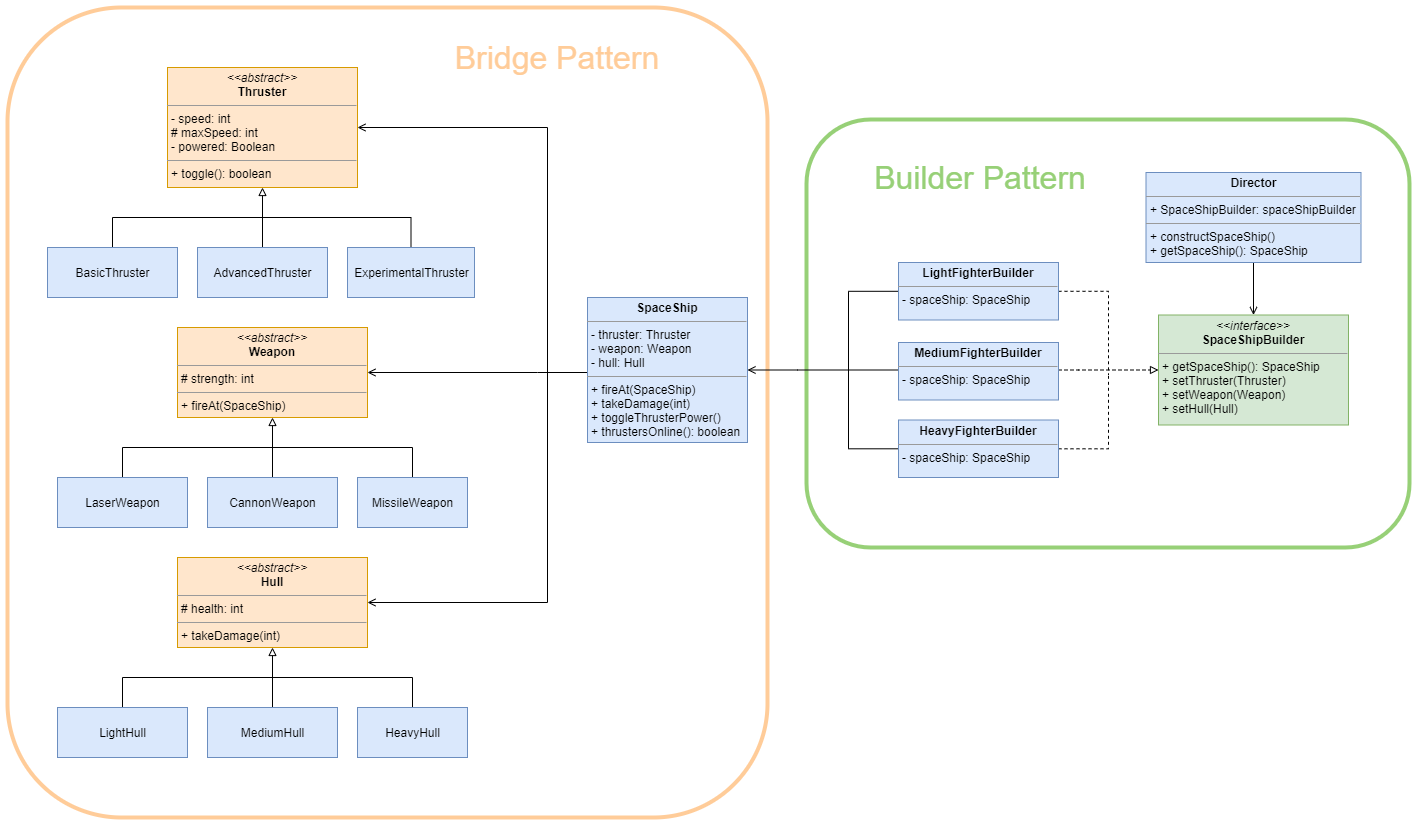
Before: final_project.png, a diagram exported from draw.io (tliss/CS665-Final-Project). Source tidied: cells renumbered, new cells last; positions are measured from the earlier drawing's top-left corner, leaving out a move shared by most shapes.
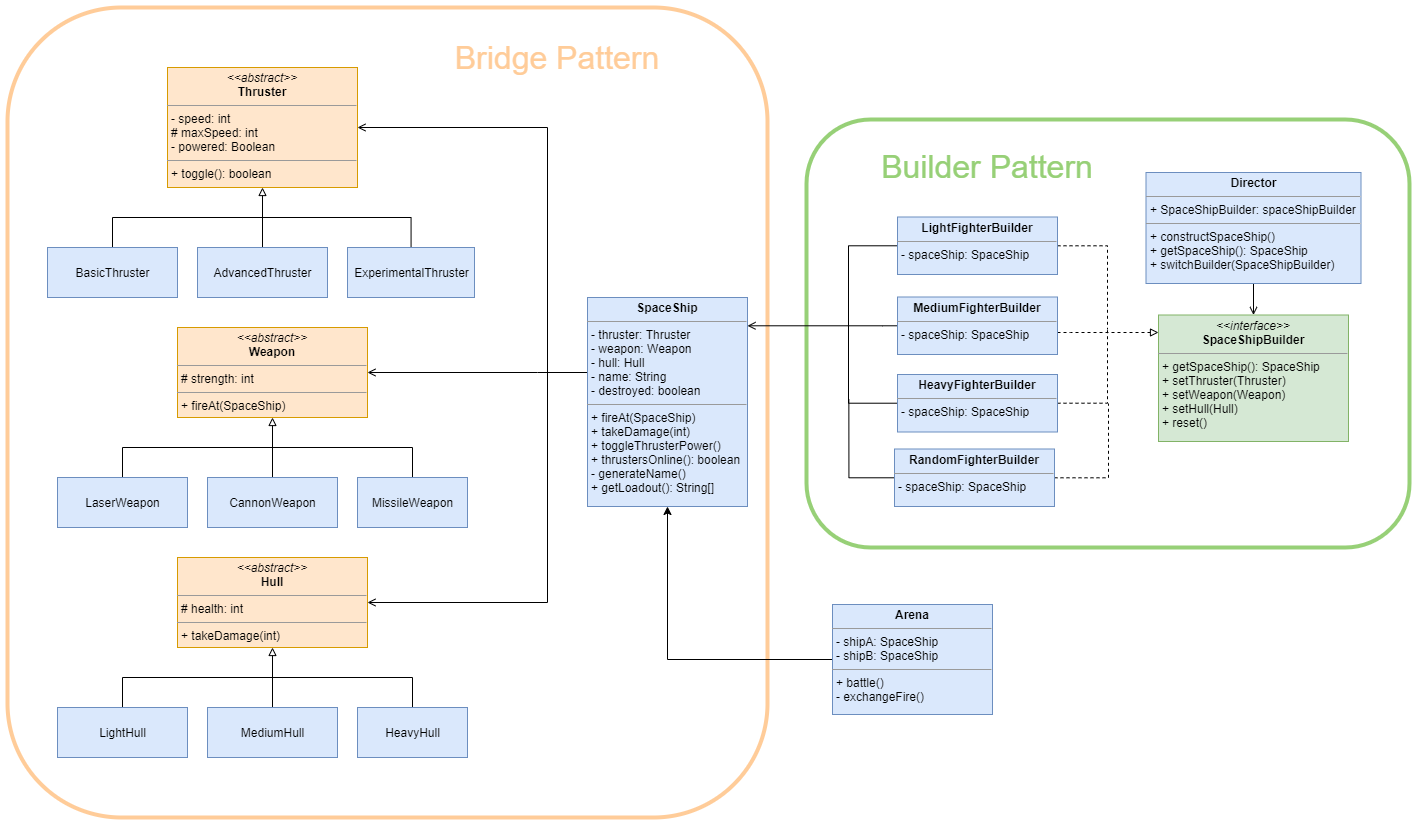
After the commit.

The edit, as a diff of the source:
```diff
@@ -119,30 +119,30 @@
     <mxCell id="27" value="HeavyHull" style="html=1;fillColor=#dae8fc;strokeColor=#6c8ebf;" parent="1" vertex="1">
       <mxGeometry x="350" y="700" width="110" height="50" as="geometry" />
     </mxCell>
-    <mxCell id="28" value="&lt;p style=&quot;margin: 0px ; margin-top: 4px ; text-align: center&quot;&gt;&lt;b&gt;SpaceShip&lt;/b&gt;&lt;/p&gt;&lt;hr size=&quot;1&quot;&gt;&lt;p style=&quot;margin: 0px ; margin-left: 4px&quot;&gt;- thruster: Thruster&lt;/p&gt;&lt;p style=&quot;margin: 0px ; margin-left: 4px&quot;&gt;- weapon: Weapon&lt;/p&gt;&lt;p style=&quot;margin: 0px ; margin-left: 4px&quot;&gt;- hull: Hull&lt;/p&gt;&lt;hr size=&quot;1&quot;&gt;&lt;p style=&quot;margin: 0px ; margin-left: 4px&quot;&gt;+ fireAt(SpaceShip)&lt;/p&gt;&lt;p style=&quot;margin: 0px ; margin-left: 4px&quot;&gt;+ takeDamage(int)&lt;/p&gt;&lt;p style=&quot;margin: 0px ; margin-left: 4px&quot;&gt;+ toggleThrusterPower()&lt;/p&gt;&lt;p style=&quot;margin: 0px ; margin-left: 4px&quot;&gt;+ thrustersOnline(): boolean&lt;/p&gt;" style="verticalAlign=top;align=left;overflow=fill;fontSize=12;fontFamily=Helvetica;html=1;fillColor=#dae8fc;strokeColor=#6c8ebf;" parent="1" vertex="1">
-      <mxGeometry x="580" y="290" width="160" height="145" as="geometry" />
+    <mxCell id="28" value="&lt;p style=&quot;margin: 0px ; margin-top: 4px ; text-align: center&quot;&gt;&lt;b&gt;SpaceShip&lt;/b&gt;&lt;/p&gt;&lt;hr size=&quot;1&quot;&gt;&lt;p style=&quot;margin: 0px ; margin-left: 4px&quot;&gt;- thruster: Thruster&lt;/p&gt;&lt;p style=&quot;margin: 0px ; margin-left: 4px&quot;&gt;- weapon: Weapon&lt;/p&gt;&lt;p style=&quot;margin: 0px ; margin-left: 4px&quot;&gt;- hull: Hull&lt;/p&gt;&lt;p style=&quot;margin: 0px ; margin-left: 4px&quot;&gt;- name: String&lt;/p&gt;&lt;p style=&quot;margin: 0px ; margin-left: 4px&quot;&gt;- destroyed: boolean&lt;/p&gt;&lt;hr size=&quot;1&quot;&gt;&lt;p style=&quot;margin: 0px ; margin-left: 4px&quot;&gt;+ fireAt(SpaceShip)&lt;/p&gt;&lt;p style=&quot;margin: 0px ; margin-left: 4px&quot;&gt;+ takeDamage(int)&lt;/p&gt;&lt;p style=&quot;margin: 0px ; margin-left: 4px&quot;&gt;+ toggleThrusterPower()&lt;/p&gt;&lt;p style=&quot;margin: 0px ; margin-left: 4px&quot;&gt;+ thrustersOnline(): boolean&lt;/p&gt;&lt;p style=&quot;margin: 0px ; margin-left: 4px&quot;&gt;- generateName()&lt;/p&gt;&lt;p style=&quot;margin: 0px ; margin-left: 4px&quot;&gt;+ getLoadout(): String[]&lt;/p&gt;&lt;p style=&quot;margin: 0px ; margin-left: 4px&quot;&gt;&lt;br&gt;&lt;/p&gt;" style="verticalAlign=top;align=left;overflow=fill;fontSize=12;fontFamily=Helvetica;html=1;fillColor=#dae8fc;strokeColor=#6c8ebf;" parent="1" vertex="1">
+      <mxGeometry x="580" y="290" width="160" height="209" as="geometry" />
     </mxCell>
     <mxCell id="29" style="edgeStyle=orthogonalEdgeStyle;rounded=0;jettySize=auto;html=1;endArrow=block;endFill=0;dashed=1;" parent="1" edge="1" source="37" target="34">
       <mxGeometry relative="1" as="geometry">
         <Array as="points">
-          <mxPoint x="1071" y="362.5" />
-          <mxPoint x="1071" y="362.5" />
+          <mxPoint x="1063" y="325" />
+          <mxPoint x="1063" y="325" />
         </Array>
       </mxGeometry>
     </mxCell>
     <mxCell id="30" style="edgeStyle=orthogonalEdgeStyle;rounded=0;jettySize=auto;html=1;endArrow=open;endFill=0;" parent="1" edge="1" source="37" target="28">
       <mxGeometry relative="1" as="geometry">
         <Array as="points">
-          <mxPoint x="790" y="362.5" />
-          <mxPoint x="790" y="362.5" />
+          <mxPoint x="875" y="318" />
+          <mxPoint x="875" y="318" />
         </Array>
       </mxGeometry>
     </mxCell>
     <mxCell id="31" style="edgeStyle=orthogonalEdgeStyle;rounded=0;jettySize=auto;html=1;startArrow=none;startFill=0;endArrow=none;endFill=0;dashed=1;" parent="1" edge="1" source="33">
       <mxGeometry relative="1" as="geometry">
-        <mxPoint x="1101" y="367.5" as="targetPoint" />
+        <mxPoint x="1100" y="322" as="targetPoint" />
         <Array as="points">
-          <mxPoint x="1101" y="283.5" />
+          <mxPoint x="1100" y="238" />
         </Array>
       </mxGeometry>
     </mxCell>
@@ -152,25 +152,25 @@
       </mxGeometry>
     </mxCell>
     <mxCell id="33" value="&lt;p style=&quot;margin: 0px ; margin-top: 4px ; text-align: center&quot;&gt;&lt;b&gt;LightFighterBuilder&lt;/b&gt;&lt;/p&gt;&lt;hr size=&quot;1&quot;&gt;&lt;p style=&quot;margin: 0px ; margin-left: 4px&quot;&gt;- spaceShip: SpaceShip&lt;/p&gt;" style="verticalAlign=top;align=left;overflow=fill;fontSize=12;fontFamily=Helvetica;html=1;fillColor=#dae8fc;strokeColor=#6c8ebf;" parent="1" vertex="1">
-      <mxGeometry x="891" y="255" width="160" height="57.5" as="geometry" />
+      <mxGeometry x="890" y="209.5" width="160" height="57.5" as="geometry" />
     </mxCell>
-    <mxCell id="34" value="&lt;p style=&quot;margin: 0px ; margin-top: 4px ; text-align: center&quot;&gt;&lt;i&gt;&amp;lt;&amp;lt;interface&amp;gt;&amp;gt;&lt;/i&gt;&lt;br&gt;&lt;b&gt;SpaceShipBuilder&lt;/b&gt;&lt;br&gt;&lt;/p&gt;&lt;hr size=&quot;1&quot;&gt;&lt;p style=&quot;margin: 0px ; margin-left: 4px&quot;&gt;+ getSpaceShip(): SpaceShip&lt;/p&gt;&lt;p style=&quot;margin: 0px ; margin-left: 4px&quot;&gt;+ setThruster(Thruster)&lt;/p&gt;&lt;p style=&quot;margin: 0px ; margin-left: 4px&quot;&gt;+ setWeapon(Weapon)&lt;/p&gt;&lt;p style=&quot;margin: 0px ; margin-left: 4px&quot;&gt;+ setHull(Hull)&lt;/p&gt;" style="verticalAlign=top;align=left;overflow=fill;fontSize=12;fontFamily=Helvetica;html=1;fillColor=#d5e8d4;strokeColor=#82b366;" parent="1" vertex="1">
-      <mxGeometry x="1151" y="307.5" width="190" height="110" as="geometry" />
+    <mxCell id="34" value="&lt;p style=&quot;margin: 0px ; margin-top: 4px ; text-align: center&quot;&gt;&lt;i&gt;&amp;lt;&amp;lt;interface&amp;gt;&amp;gt;&lt;/i&gt;&lt;br&gt;&lt;b&gt;SpaceShipBuilder&lt;/b&gt;&lt;br&gt;&lt;/p&gt;&lt;hr size=&quot;1&quot;&gt;&lt;p style=&quot;margin: 0px ; margin-left: 4px&quot;&gt;+ getSpaceShip(): SpaceShip&lt;/p&gt;&lt;p style=&quot;margin: 0px ; margin-left: 4px&quot;&gt;+ setThruster(Thruster)&lt;/p&gt;&lt;p style=&quot;margin: 0px ; margin-left: 4px&quot;&gt;+ setWeapon(Weapon)&lt;/p&gt;&lt;p style=&quot;margin: 0px ; margin-left: 4px&quot;&gt;+ setHull(Hull)&lt;/p&gt;&lt;p style=&quot;margin: 0px ; margin-left: 4px&quot;&gt;+ reset()&lt;/p&gt;" style="verticalAlign=top;align=left;overflow=fill;fontSize=12;fontFamily=Helvetica;html=1;fillColor=#d5e8d4;strokeColor=#82b366;" parent="1" vertex="1">
+      <mxGeometry x="1151" y="307.5" width="190" height="126.5" as="geometry" />
     </mxCell>
     <mxCell id="35" style="edgeStyle=orthogonalEdgeStyle;rounded=0;jettySize=auto;html=1;startArrow=none;startFill=0;endArrow=open;endFill=0;" parent="1" edge="1" source="36" target="34">
       <mxGeometry relative="1" as="geometry" />
     </mxCell>
-    <mxCell id="36" value="&lt;p style=&quot;margin: 0px ; margin-top: 4px ; text-align: center&quot;&gt;&lt;b&gt;Director&lt;/b&gt;&lt;/p&gt;&lt;hr size=&quot;1&quot;&gt;&lt;p style=&quot;margin: 0px ; margin-left: 4px&quot;&gt;+ SpaceShipBuilder: spaceShipBuilder&lt;/p&gt;&lt;hr size=&quot;1&quot;&gt;&lt;p style=&quot;margin: 0px ; margin-left: 4px&quot;&gt;+ constructSpaceShip()&lt;/p&gt;&lt;p style=&quot;margin: 0px ; margin-left: 4px&quot;&gt;+ getSpaceShip(): SpaceShip&lt;/p&gt;" style="verticalAlign=top;align=left;overflow=fill;fontSize=12;fontFamily=Helvetica;html=1;fillColor=#dae8fc;strokeColor=#6c8ebf;" parent="1" vertex="1">
-      <mxGeometry x="1138.5" y="165" width="215" height="90" as="geometry" />
+    <mxCell id="36" value="&lt;p style=&quot;margin: 0px ; margin-top: 4px ; text-align: center&quot;&gt;&lt;b&gt;Director&lt;/b&gt;&lt;/p&gt;&lt;hr size=&quot;1&quot;&gt;&lt;p style=&quot;margin: 0px ; margin-left: 4px&quot;&gt;+ SpaceShipBuilder: spaceShipBuilder&lt;/p&gt;&lt;hr size=&quot;1&quot;&gt;&lt;p style=&quot;margin: 0px ; margin-left: 4px&quot;&gt;+ constructSpaceShip()&lt;/p&gt;&lt;p style=&quot;margin: 0px ; margin-left: 4px&quot;&gt;+ getSpaceShip(): SpaceShip&lt;/p&gt;&lt;p style=&quot;margin: 0px ; margin-left: 4px&quot;&gt;+ switchBuilder(SpaceShipBuilder)&lt;/p&gt;" style="verticalAlign=top;align=left;overflow=fill;fontSize=12;fontFamily=Helvetica;html=1;fillColor=#dae8fc;strokeColor=#6c8ebf;" parent="1" vertex="1">
+      <mxGeometry x="1138.5" y="165" width="215" height="111" as="geometry" />
     </mxCell>
     <mxCell id="37" value="&lt;p style=&quot;margin: 0px ; margin-top: 4px ; text-align: center&quot;&gt;&lt;b&gt;MediumFighterBuilder&lt;/b&gt;&lt;/p&gt;&lt;hr size=&quot;1&quot;&gt;&lt;p style=&quot;margin: 0px ; margin-left: 4px&quot;&gt;- spaceShip: SpaceShip&lt;/p&gt;" style="verticalAlign=top;align=left;overflow=fill;fontSize=12;fontFamily=Helvetica;html=1;fillColor=#dae8fc;strokeColor=#6c8ebf;" parent="1" vertex="1">
-      <mxGeometry x="891" y="335" width="160" height="57.5" as="geometry" />
+      <mxGeometry x="890" y="289.5" width="160" height="57.5" as="geometry" />
     </mxCell>
     <mxCell id="38" style="edgeStyle=orthogonalEdgeStyle;rounded=0;jettySize=auto;html=1;dashed=1;startArrow=none;startFill=0;endArrow=none;endFill=0;" parent="1" edge="1" source="40">
       <mxGeometry relative="1" as="geometry">
-        <mxPoint x="1101" y="367.5" as="targetPoint" />
+        <mxPoint x="1100" y="322" as="targetPoint" />
         <Array as="points">
-          <mxPoint x="1101" y="441.5" />
+          <mxPoint x="1100" y="396" />
         </Array>
       </mxGeometry>
     </mxCell>
@@ -180,13 +180,32 @@
       </mxGeometry>
     </mxCell>
     <mxCell id="40" value="&lt;p style=&quot;margin: 0px ; margin-top: 4px ; text-align: center&quot;&gt;&lt;b&gt;HeavyFighterBuilder&lt;/b&gt;&lt;/p&gt;&lt;hr size=&quot;1&quot;&gt;&lt;p style=&quot;margin: 0px ; margin-left: 4px&quot;&gt;- spaceShip: SpaceShip&lt;/p&gt;" style="verticalAlign=top;align=left;overflow=fill;fontSize=12;fontFamily=Helvetica;html=1;fillColor=#dae8fc;strokeColor=#6c8ebf;" parent="1" vertex="1">
-      <mxGeometry x="891" y="412.5" width="160" height="57.5" as="geometry" />
+      <mxGeometry x="890" y="367" width="160" height="57.5" as="geometry" />
     </mxCell>
     <mxCell id="41" value="Bridge Pattern" style="text;html=1;strokeColor=none;fillColor=none;align=center;verticalAlign=middle;whiteSpace=wrap;rounded=0;fontSize=32;fontColor=#FFCC99;" parent="1" vertex="1">
       <mxGeometry x="430" y="40" width="240" height="20" as="geometry" />
     </mxCell>
     <mxCell id="42" value="&lt;font color=&quot;#97d077&quot;&gt;Builder Pattern&lt;/font&gt;" style="text;html=1;strokeColor=none;fillColor=none;align=center;verticalAlign=middle;whiteSpace=wrap;rounded=0;fontSize=32;fontColor=#FFCC99;" parent="1" vertex="1">
-      <mxGeometry x="853" y="160" width="240" height="20" as="geometry" />
+      <mxGeometry x="860" y="149" width="240" height="20" as="geometry" />
     </mxCell>
+    <mxCell id="43" style="edgeStyle=orthogonalEdgeStyle;rounded=0;jettySize=auto;html=1;endArrow=none;endFill=0;" parent="1" edge="1" source="45">
+      <mxGeometry relative="1" as="geometry">
+        <mxPoint x="841.4" y="391.8" as="targetPoint" />
+      </mxGeometry>
+    </mxCell>
+    <mxCell id="44" style="edgeStyle=orthogonalEdgeStyle;rounded=0;jettySize=auto;html=1;endArrow=none;endFill=0;dashed=1;" parent="1" edge="1" source="45">
+      <mxGeometry relative="1" as="geometry">
+        <mxPoint x="1101" y="396" as="targetPoint" />
+      </mxGeometry>
+    </mxCell>
+    <mxCell id="45" value="&lt;p style=&quot;margin: 0px ; margin-top: 4px ; text-align: center&quot;&gt;&lt;b&gt;RandomFighterBuilder&lt;/b&gt;&lt;/p&gt;&lt;hr size=&quot;1&quot;&gt;&lt;p style=&quot;margin: 0px ; margin-left: 4px&quot;&gt;- spaceShip: SpaceShip&lt;/p&gt;" style="verticalAlign=top;align=left;overflow=fill;fontSize=12;fontFamily=Helvetica;html=1;fillColor=#dae8fc;strokeColor=#6c8ebf;" parent="1" vertex="1">
+      <mxGeometry x="887" y="441.5" width="160" height="57.5" as="geometry" />
+    </mxCell>
+    <mxCell id="46" style="edgeStyle=orthogonalEdgeStyle;rounded=0;jettySize=auto;html=1;" parent="1" edge="1" source="47" target="28">
+      <mxGeometry relative="1" as="geometry" />
+    </mxCell>
+    <mxCell id="47" value="&lt;p style=&quot;margin: 0px ; margin-top: 4px ; text-align: center&quot;&gt;&lt;b&gt;Arena&lt;/b&gt;&lt;/p&gt;&lt;hr size=&quot;1&quot;&gt;&lt;p style=&quot;margin: 0px ; margin-left: 4px&quot;&gt;- shipA: SpaceShip&lt;/p&gt;&lt;p style=&quot;margin: 0px ; margin-left: 4px&quot;&gt;- shipB: SpaceShip&lt;/p&gt;&lt;hr size=&quot;1&quot;&gt;&lt;p style=&quot;margin: 0px ; margin-left: 4px&quot;&gt;+ battle()&lt;/p&gt;&lt;p style=&quot;margin: 0px ; margin-left: 4px&quot;&gt;- exchangeFire()&lt;/p&gt;" style="verticalAlign=top;align=left;overflow=fill;fontSize=12;fontFamily=Helvetica;html=1;fillColor=#dae8fc;strokeColor=#6c8ebf;" parent="1" vertex="1">
+      <mxGeometry x="825" y="597" width="160" height="110" as="geometry" />
+    </mxCell>
   </root>
 </mxGraphModel>
```
